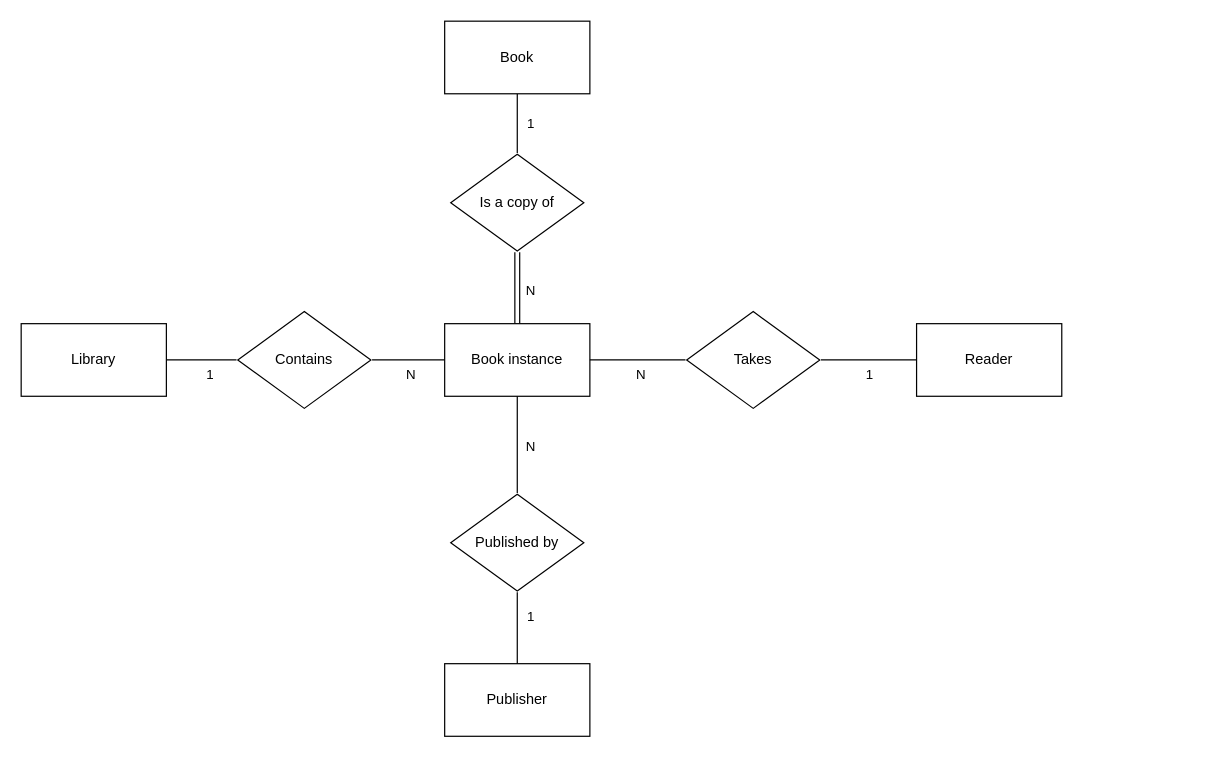
nikitaptl/works-Java-Kotlin keeps this draw.io diagram as DZ1.drawio. Above is the earlier version. Source tidied: cells renumbered, new cells numbered last; positions are measured from the earlier drawing's top-left corner, leaving out a move shared by most shapes. Both pictures are drawn from the tidied source at 121%, with x=0, y=0 at pixel (21, 21).
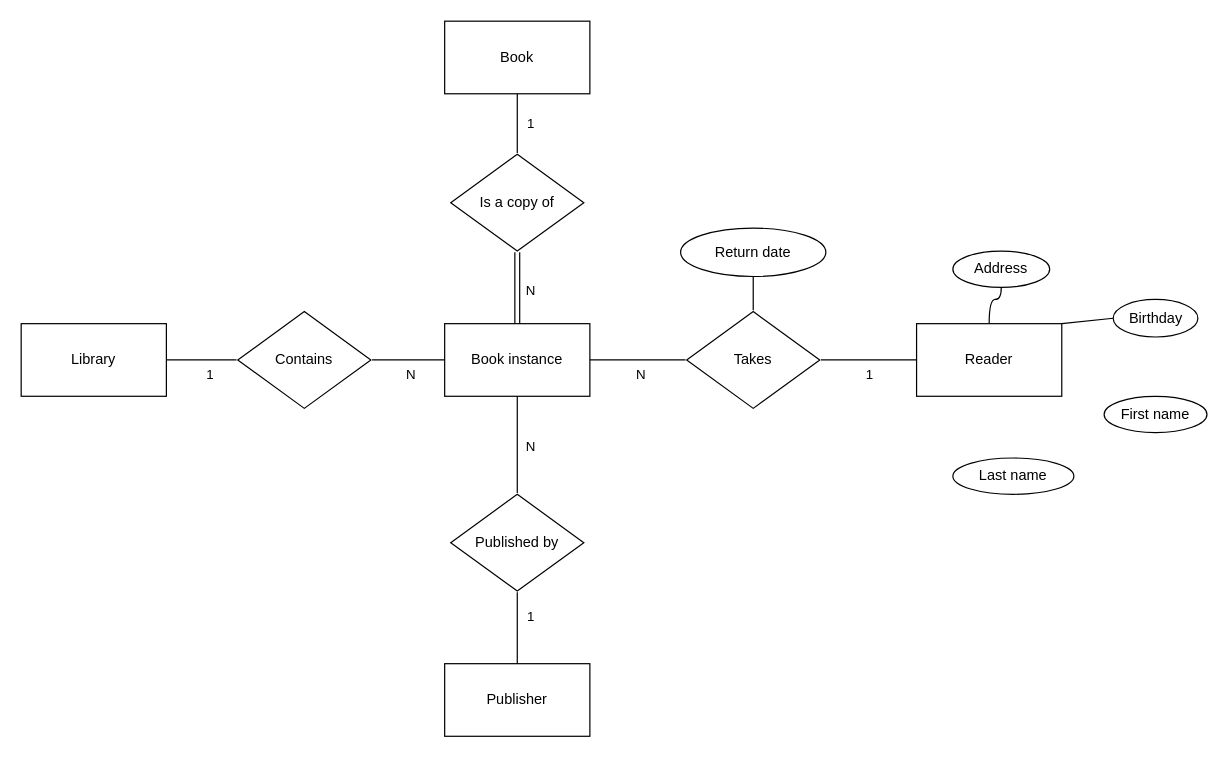
The same diagram, later.

The change refers to these unchanged cells:
```xml
<mxCell id="23" value="Reader" style="rounded=0;whiteSpace=wrap;html=1;" parent="1" vertex="1">
  <mxGeometry x="740" y="250" width="120" height="60" as="geometry" />
</mxCell>
<mxCell id="26" value="Takes" style="rhombus;whiteSpace=wrap;html=1;perimeterSpacing=1;rounded=0;shadow=0;verticalAlign=middle;" parent="1" vertex="1">
  <mxGeometry x="550" y="240" width="110" height="80" as="geometry" />
</mxCell>
```

The edit, as a diff of the source:
```diff
@@
+    <mxCell id="27" style="edgeStyle=orthogonalEdgeStyle;rounded=0;jettySize=auto;html=1;curved=1;endArrow=none;endFill=0;" parent="1" edge="1" source="23" target="33">
+      <mxGeometry relative="1" as="geometry" />
+    </mxCell>
+    <mxCell id="28" style="rounded=0;jettySize=auto;html=1;exitX=1;exitY=0;exitDx=0;exitDy=0;entryX=0;entryY=0.5;entryDx=0;entryDy=0;endArrow=none;endFill=0;" parent="1" edge="1" source="23" target="34">
+      <mxGeometry relative="1" as="geometry" />
+    </mxCell>
@@
+    <mxCell id="29" style="edgeStyle=orthogonalEdgeStyle;rounded=0;jettySize=auto;html=1;endArrow=none;endFill=0;" parent="1" edge="1" source="26" target="30">
+      <mxGeometry relative="1" as="geometry" />
+    </mxCell>
@@
+    <mxCell id="30" value="Return date" style="ellipse;whiteSpace=wrap;html=1;" parent="1" vertex="1">
+      <mxGeometry x="545" y="171" width="120" height="40" as="geometry" />
+    </mxCell>
+    <mxCell id="31" value="Last name" style="ellipse;whiteSpace=wrap;html=1;" parent="1" vertex="1">
+      <mxGeometry x="770" y="361" width="100" height="30" as="geometry" />
+    </mxCell>
+    <mxCell id="32" value="First name" style="ellipse;whiteSpace=wrap;html=1;" parent="1" vertex="1">
+      <mxGeometry x="895" y="310" width="85" height="30" as="geometry" />
+    </mxCell>
+    <mxCell id="33" value="Address" style="ellipse;whiteSpace=wrap;html=1;" parent="1" vertex="1">
+      <mxGeometry x="770" y="190" width="80" height="30" as="geometry" />
+    </mxCell>
+    <mxCell id="34" value="Birthday" style="ellipse;whiteSpace=wrap;html=1;" parent="1" vertex="1">
+      <mxGeometry x="902.5" y="230" width="70" height="31" as="geometry" />
+    </mxCell>
```
